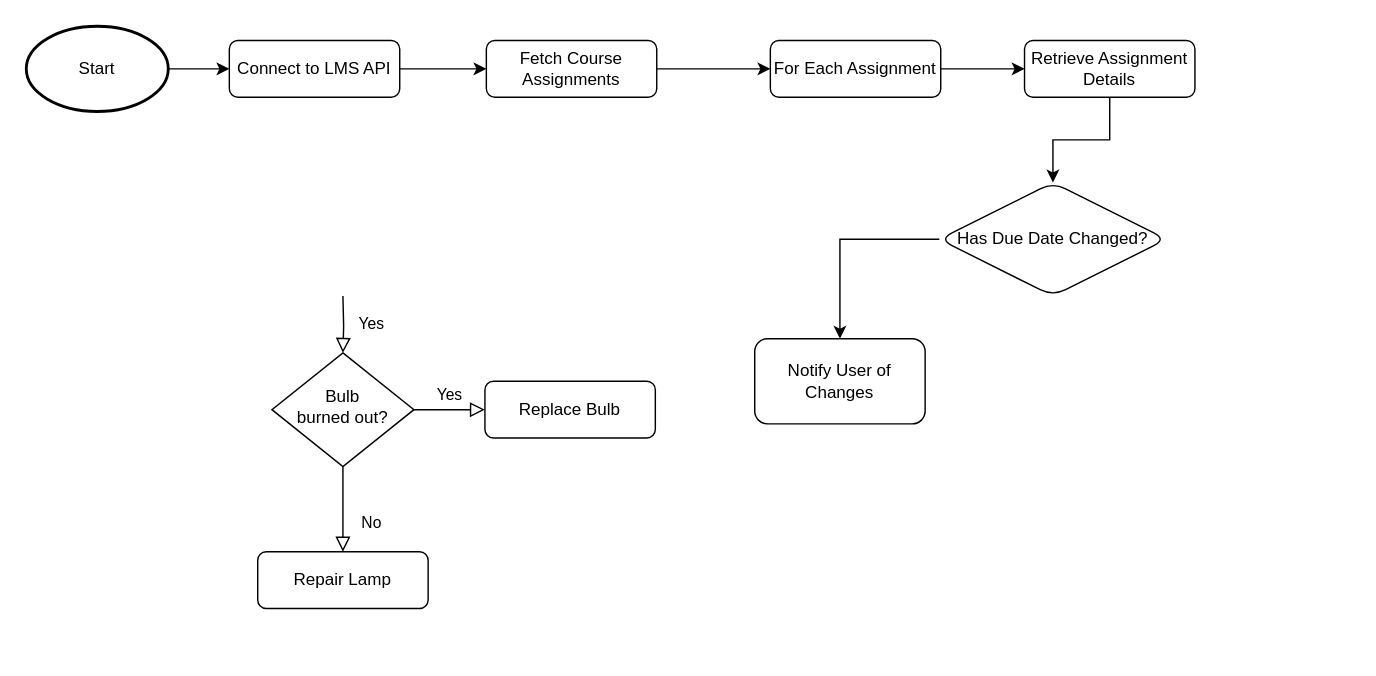
Earlier version of the draw.io diagram Assignment-Details.drawio (mbrady33/cis129-projects). Source tidied: cells renumbered, new cells numbered last; positions are measured from the earlier drawing's top-left corner, leaving out a move shared by most shapes. Both pictures are drawn from the tidied source at 142%, with x=0, y=0 at pixel (26, 26).
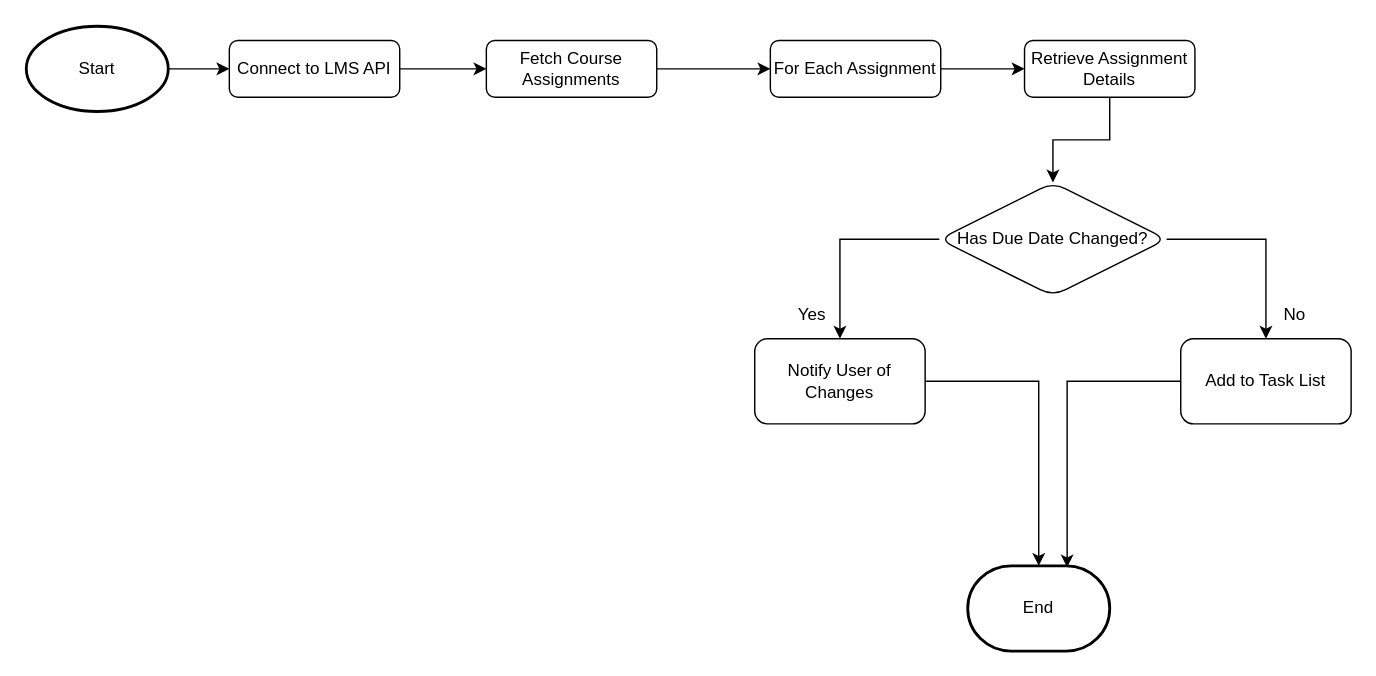
The same page after the edit.

The change refers to these unchanged cells:
```xml
<mxCell id="19" value="Has Due Date Changed?" style="rhombus;whiteSpace=wrap;html=1;rounded=1;glass=0;strokeWidth=1;shadow=0;" parent="1" vertex="1">
  <mxGeometry x="643" y="110" width="160" height="80" as="geometry" />
</mxCell>
<mxCell id="20" value="Notify User of Changes" style="whiteSpace=wrap;html=1;rounded=1;glass=0;strokeWidth=1;shadow=0;" parent="1" vertex="1">
  <mxGeometry x="513" y="220" width="120" height="60" as="geometry" />
</mxCell>
```

Diff of the diagram source:
```diff
@@
-    <mxCell id="2" value="Yes" style="rounded=0;html=1;jettySize=auto;fontSize=11;endArrow=block;endFill=0;endSize=8;strokeWidth=1;shadow=0;labelBackgroundColor=none;edgeStyle=orthogonalEdgeStyle;" parent="1" edge="1" target="7">
-      <mxGeometry y="20" relative="1" as="geometry">
-        <mxPoint x="223" y="190" as="sourcePoint" />
-      </mxGeometry>
-    </mxCell>
@@
-    <mxCell id="5" value="No" style="rounded=0;html=1;jettySize=auto;fontSize=11;endArrow=block;endFill=0;endSize=8;strokeWidth=1;shadow=0;labelBackgroundColor=none;edgeStyle=orthogonalEdgeStyle;" parent="1" edge="1" source="7" target="8">
-      <mxGeometry x="0.33" y="20" relative="1" as="geometry" />
-    </mxCell>
-    <mxCell id="6" value="Yes" style="edgeStyle=orthogonalEdgeStyle;rounded=0;html=1;jettySize=auto;fontSize=11;endArrow=block;endFill=0;endSize=8;strokeWidth=1;shadow=0;labelBackgroundColor=none;" parent="1" edge="1" source="7" target="9">
-      <mxGeometry y="10" relative="1" as="geometry" />
-    </mxCell>
-    <mxCell id="7" value="Bulb&lt;br&gt;burned out?" style="rhombus;whiteSpace=wrap;html=1;shadow=0;fontFamily=Helvetica;fontSize=12;align=center;strokeWidth=1;spacing=6;spacingTop=-4;" parent="1" vertex="1">
-      <mxGeometry x="173" y="230" width="100" height="80" as="geometry" />
-    </mxCell>
-    <mxCell id="8" value="Repair Lamp" style="rounded=1;whiteSpace=wrap;html=1;fontSize=12;glass=0;strokeWidth=1;shadow=0;" parent="1" vertex="1">
-      <mxGeometry x="163" y="370" width="120" height="40" as="geometry" />
-    </mxCell>
-    <mxCell id="9" value="Replace Bulb" style="rounded=1;whiteSpace=wrap;html=1;fontSize=12;glass=0;strokeWidth=1;shadow=0;" parent="1" vertex="1">
-      <mxGeometry x="323" y="250" width="120" height="40" as="geometry" />
-    </mxCell>
@@
+    <mxCell id="21" style="edgeStyle=orthogonalEdgeStyle;rounded=0;jettySize=auto;html=1;" parent="1" edge="1" source="19" target="24">
+      <mxGeometry relative="1" as="geometry" />
+    </mxCell>
@@
+    <mxCell id="22" style="edgeStyle=orthogonalEdgeStyle;rounded=0;jettySize=auto;html=1;entryX=0.5;entryY=0;entryDx=0;entryDy=0;entryPerimeter=0;" parent="1" edge="1" source="20" target="26">
+      <mxGeometry relative="1" as="geometry" />
+    </mxCell>
@@
+    <mxCell id="23" style="edgeStyle=orthogonalEdgeStyle;rounded=0;jettySize=auto;html=1;entryX=0.7;entryY=0.017;entryDx=0;entryDy=0;entryPerimeter=0;" parent="1" edge="1" source="24" target="26">
+      <mxGeometry relative="1" as="geometry" />
+    </mxCell>
+    <mxCell id="24" value="Add to Task List" style="whiteSpace=wrap;html=1;rounded=1;glass=0;strokeWidth=1;shadow=0;" parent="1" vertex="1">
+      <mxGeometry x="813" y="220" width="120" height="60" as="geometry" />
+    </mxCell>
+    <mxCell id="25" value="Yes" style="text;html=1;align=center;verticalAlign=middle;strokeColor=none;fillColor=none;" parent="1" vertex="1">
+      <mxGeometry x="533" y="188" width="40" height="30" as="geometry" />
+    </mxCell>
+    <mxCell id="5" value="No" style="text;html=1;align=center;verticalAlign=middle;strokeColor=none;fillColor=none;" parent="1" vertex="1">
+      <mxGeometry x="873" y="188" width="40" height="30" as="geometry" />
+    </mxCell>
+    <mxCell id="26" value="End" style="strokeWidth=2;html=1;shape=mxgraph.flowchart.terminator;whiteSpace=wrap;" parent="1" vertex="1">
+      <mxGeometry x="663" y="380" width="100" height="60" as="geometry" />
+    </mxCell>
```
